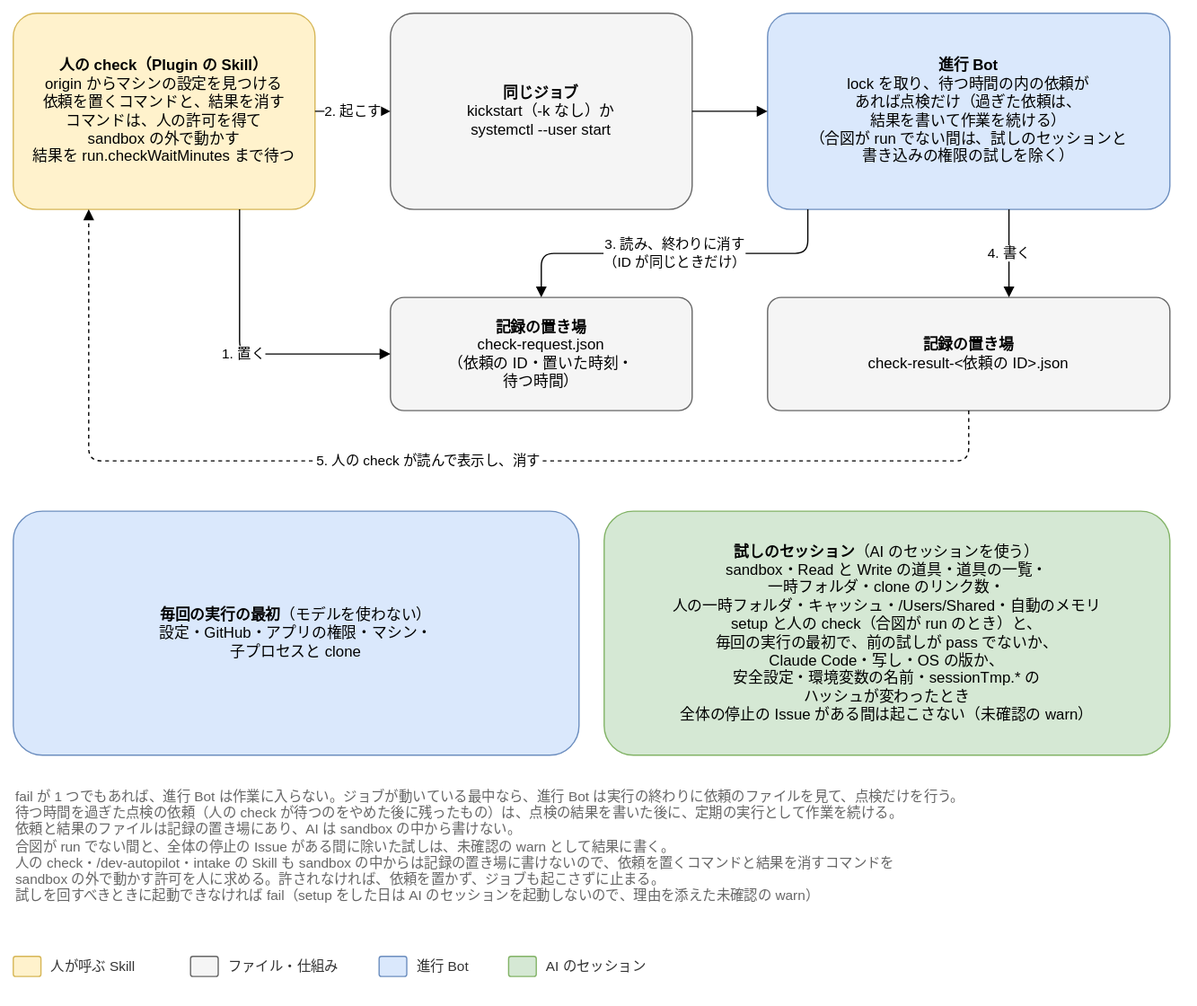
Joymerrevent/dev-autopilot keeps this draw.io diagram as docs/design/basic/diagrams/04-check.drawio.svg. Above is the earlier version. Source tidied: cells renumbered, new cells last; positions are measured from the earlier drawing's top-left corner, leaving out a move shared by most shapes.
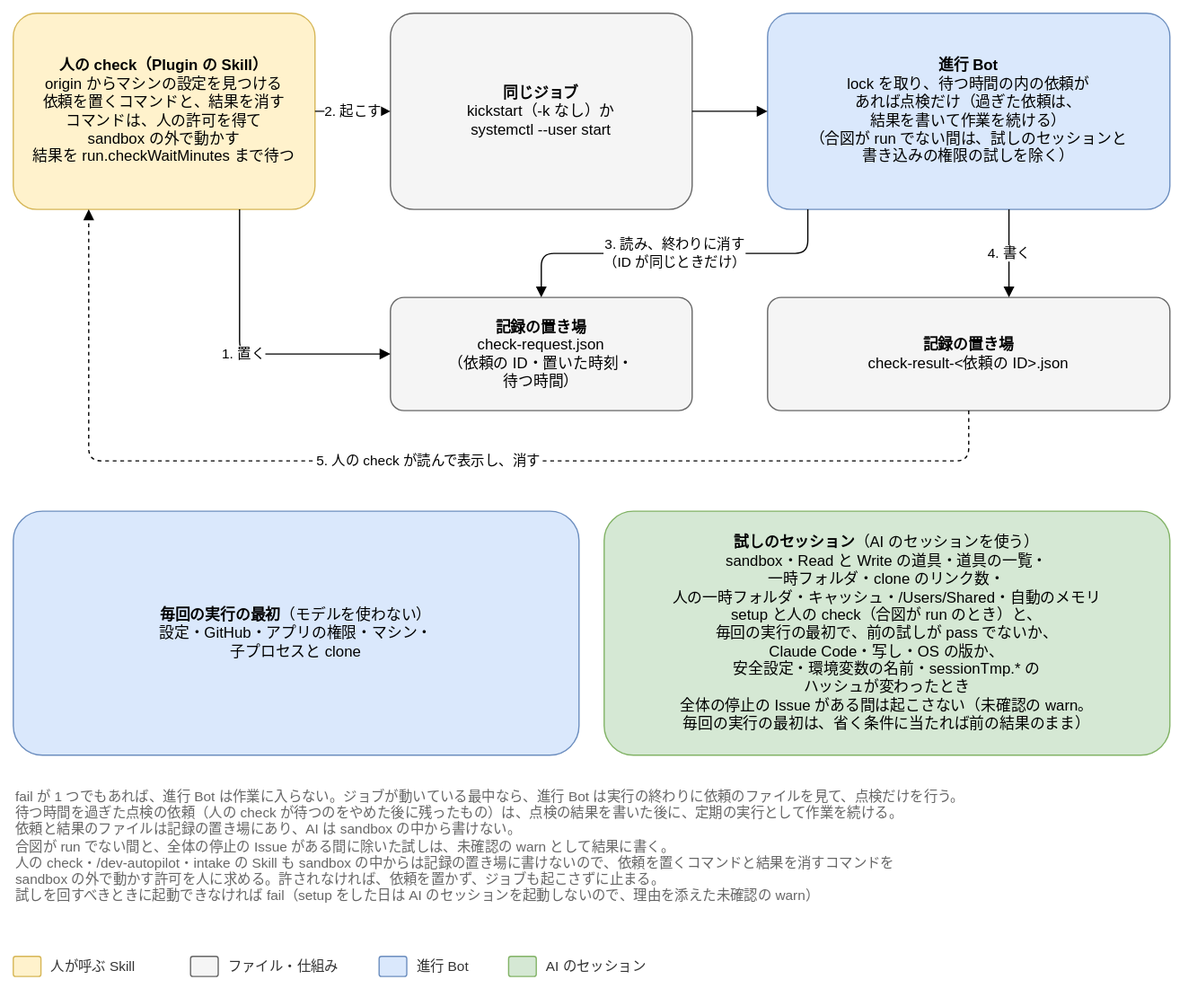
The same diagram one commit later.

What changed in the source:
```diff
@@ -48,7 +48,7 @@
     <mxCell id="13" value="&lt;b&gt;毎回の実行の最初&lt;/b&gt;（モデルを使わない）&lt;br&gt;設定・GitHub・アプリの権限・マシン・&lt;br&gt;子プロセスと clone" style="rounded=1;whiteSpace=wrap;html=1;fontSize=12;arcSize=12;spacing=12;fillColor=#dae8fc;strokeColor=#6c8ebf;" parent="1" vertex="1">
       <mxGeometry y="396" width="450" height="194" as="geometry" />
     </mxCell>
-    <mxCell id="14" value="&lt;b&gt;試しのセッション&lt;/b&gt;（AI のセッションを使う）&lt;br&gt;sandbox・Read と Write の道具・道具の一覧・&lt;br&gt;一時フォルダ・clone のリンク数・&lt;br&gt;人の一時フォルダ・キャッシュ・/Users/Shared・自動のメモリ&lt;br&gt;setup と人の check（合図が run のとき）と、&lt;br&gt;毎回の実行の最初で、前の試しが pass でないか、&lt;br&gt;Claude Code・写し・OS の版か、&lt;br&gt;安全設定・環境変数の名前・sessionTmp.* の&lt;br&gt;ハッシュが変わったとき&lt;br&gt;全体の停止の Issue がある間は起こさない（未確認の warn）" style="rounded=1;whiteSpace=wrap;html=1;fontSize=12;arcSize=12;spacing=12;fillColor=#d5e8d4;strokeColor=#82b366;" parent="1" vertex="1">
+    <mxCell id="14" value="&lt;b&gt;試しのセッション&lt;/b&gt;（AI のセッションを使う）&lt;br&gt;sandbox・Read と Write の道具・道具の一覧・&lt;br&gt;一時フォルダ・clone のリンク数・&lt;br&gt;人の一時フォルダ・キャッシュ・/Users/Shared・自動のメモリ&lt;br&gt;setup と人の check（合図が run のとき）と、&lt;br&gt;毎回の実行の最初で、前の試しが pass でないか、&lt;br&gt;Claude Code・写し・OS の版か、&lt;br&gt;安全設定・環境変数の名前・sessionTmp.* の&lt;br&gt;ハッシュが変わったとき&lt;br&gt;全体の停止の Issue がある間は起こさない（未確認の warn。&lt;br&gt;毎回の実行の最初は、省く条件に当たれば前の結果のまま）" style="rounded=1;whiteSpace=wrap;html=1;fontSize=12;arcSize=12;spacing=12;fillColor=#d5e8d4;strokeColor=#82b366;" parent="1" vertex="1">
       <mxGeometry x="470" y="396" width="450" height="194" as="geometry" />
     </mxCell>
     <mxCell id="15" value="fail が 1 つでもあれば、進行 Bot は作業に入らない。ジョブが動いている最中なら、進行 Bot は実行の終わりに依頼のファイルを見て、点検だけを行う。&lt;br&gt;待つ時間を過ぎた点検の依頼（人の check が待つのをやめた後に残ったもの）は、点検の結果を書いた後に、定期の実行として作業を続ける。&lt;br&gt;依頼と結果のファイルは記録の置き場にあり、AI は sandbox の中から書けない。&lt;br&gt;合図が run でない間と、全体の停止の Issue がある間に除いた試しは、未確認の warn として結果に書く。&lt;br&gt;人の check・/dev-autopilot・intake の Skill も sandbox の中からは記録の置き場に書けないので、依頼を置くコマンドと結果を消すコマンドを&lt;br&gt;sandbox の外で動かす許可を人に求める。許されなければ、依頼を置かず、ジョブも起こさずに止まる。&lt;br&gt;試しを回すべきときに起動できなければ fail（setup をした日は AI のセッションを起動しないので、理由を添えた未確認の warn）" style="text;html=1;whiteSpace=wrap;align=left;verticalAlign=top;fontSize=11;fontColor=#666666;" parent="1" vertex="1">
```
